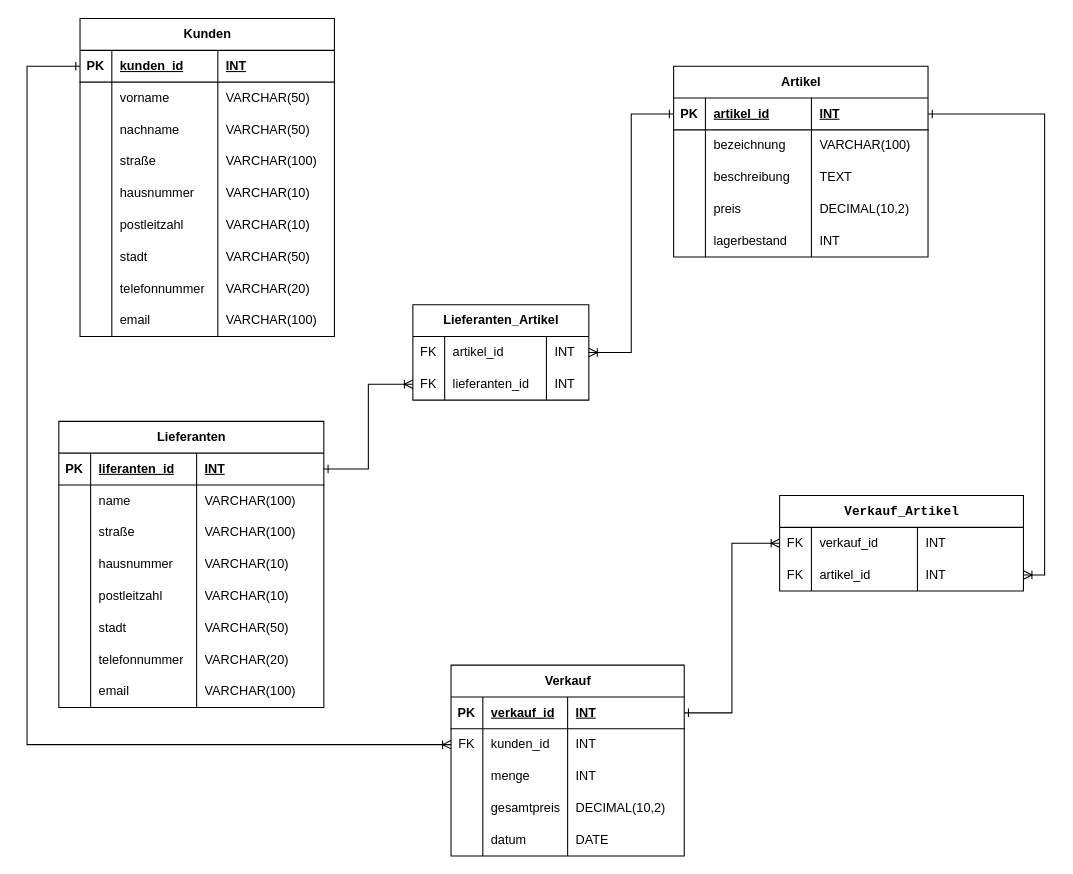
The draw.io diagram LE-12-01/ER Diagramm.drawio in AlieksieienkoDmytro/MySQL-Learning, before the edit. Source tidied: cells renumbered, new cells numbered last; positions are measured from the earlier drawing's top-left corner, leaving out a move shared by most shapes. Both pictures are drawn from the tidied source at 106%, with x=0, y=0 at pixel (26, 18).
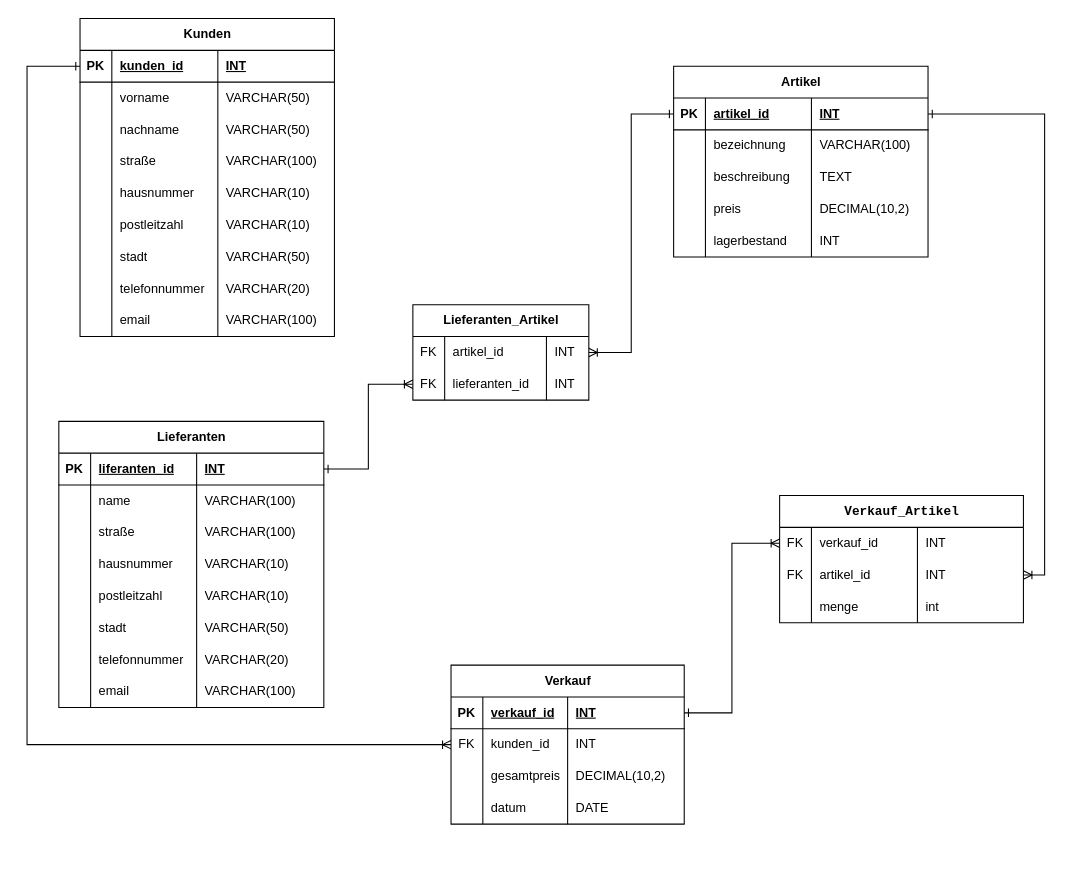
The same diagram, later.

Commit message (it also covers changes not shown here):
Update verkauf and verkauf_artikel tables: remove menge from verkauf and add it to verkauf_artikel

What changed in the source:
```diff
@@
     <mxCell id="93" value="Verkauf" style="shape=table;startSize=30;childLayout=tableLayout;rowLines=0;fontStyle=1;align=center;html=1;" parent="1" vertex="1">
-      <mxGeometry x="400" y="610" width="220" height="180" as="geometry" />
+      <mxGeometry x="400" y="610" width="220" height="150" as="geometry" />
     </mxCell>
@@
-    <mxCell id="102" style="shape=tableRow;horizontal=0;startSize=0;swimlaneHead=0;swimlaneBody=0;fillColor=none;top=0;left=0;right=0;bottom=0;" parent="93" vertex="1">
-      <mxGeometry y="90" width="220" height="30" as="geometry" />
-    </mxCell>
-    <mxCell id="103" style="shape=partialRectangle;fillColor=none;top=0;left=0;bottom=0;right=0;overflow=hidden;whiteSpace=wrap;html=1;" parent="102" vertex="1">
-      <mxGeometry width="30" height="30" as="geometry" />
-    </mxCell>
-    <mxCell id="104" value="menge" style="shape=partialRectangle;fillColor=none;top=0;left=0;bottom=0;right=0;align=left;spacingLeft=6;overflow=hidden;whiteSpace=wrap;html=1;" parent="102" vertex="1">
-      <mxGeometry x="30" width="80" height="30" as="geometry" />
-    </mxCell>
-    <mxCell id="105" value="INT" style="shape=partialRectangle;fillColor=none;top=0;left=0;bottom=0;right=0;align=left;spacingLeft=6;overflow=hidden;whiteSpace=wrap;html=1;" parent="102" vertex="1">
-      <mxGeometry x="110" width="110" height="30" as="geometry" />
-    </mxCell>
     <mxCell id="106" style="shape=tableRow;horizontal=0;startSize=0;swimlaneHead=0;swimlaneBody=0;fillColor=none;top=0;left=0;right=0;bottom=0;" parent="93" vertex="1">
-      <mxGeometry y="120" width="220" height="30" as="geometry" />
+      <mxGeometry y="90" width="220" height="30" as="geometry" />
     </mxCell>
@@
     <mxCell id="110" style="shape=tableRow;horizontal=0;startSize=0;swimlaneHead=0;swimlaneBody=0;fillColor=none;top=0;left=0;right=0;bottom=0;" parent="93" vertex="1">
-      <mxGeometry y="150" width="220" height="30" as="geometry" />
+      <mxGeometry y="120" width="220" height="30" as="geometry" />
     </mxCell>
@@
     <mxCell id="114" value="&lt;code&gt;Verkauf_Artikel&lt;/code&gt;" style="shape=table;startSize=30;childLayout=tableLayout;rowLines=0;fontStyle=1;align=center;html=1;" parent="1" vertex="1">
-      <mxGeometry x="710" y="450" width="230" height="90" as="geometry" />
+      <mxGeometry x="710" y="450" width="230" height="120" as="geometry" />
     </mxCell>
@@
+    <mxCell id="137" style="shape=tableRow;horizontal=0;startSize=0;swimlaneHead=0;swimlaneBody=0;fillColor=none;top=0;left=0;right=0;bottom=0;" parent="114" vertex="1">
+      <mxGeometry y="90" width="230" height="30" as="geometry" />
+    </mxCell>
+    <mxCell id="103" style="shape=partialRectangle;fillColor=none;top=0;left=0;bottom=0;right=0;overflow=hidden;whiteSpace=wrap;html=1;" parent="137" vertex="1">
+      <mxGeometry width="30" height="30" as="geometry" />
+    </mxCell>
+    <mxCell id="104" value="menge" style="shape=partialRectangle;fillColor=none;top=0;left=0;bottom=0;right=0;align=left;spacingLeft=6;overflow=hidden;whiteSpace=wrap;html=1;" parent="137" vertex="1">
+      <mxGeometry x="30" width="100" height="30" as="geometry" />
+    </mxCell>
+    <mxCell id="138" value="int" style="shape=partialRectangle;fillColor=none;top=0;left=0;bottom=0;right=0;align=left;spacingLeft=6;overflow=hidden;whiteSpace=wrap;html=1;" parent="137" vertex="1">
+      <mxGeometry x="130" width="100" height="30" as="geometry" />
+    </mxCell>
```
